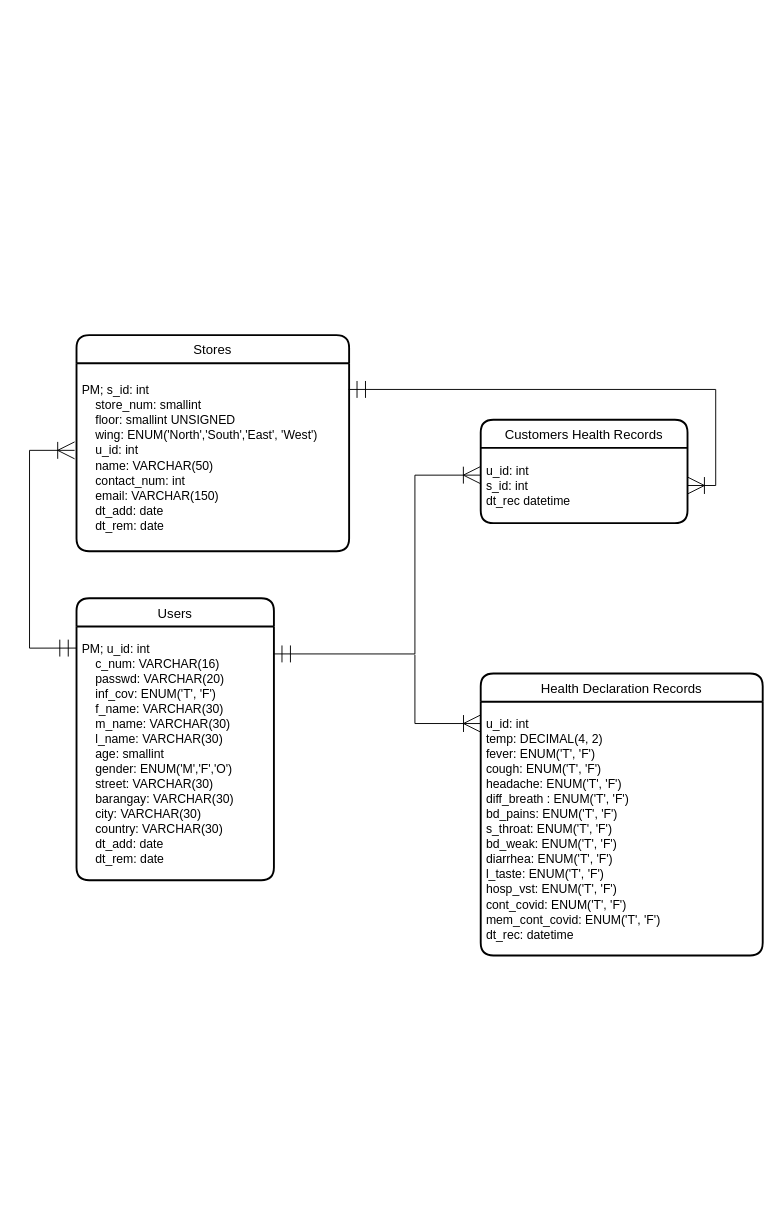
Earlier version of the draw.io diagram page "Database Design" (2 of 3) of diagrams/class and database diagrams.drawio (MarkJ-DC5/Mall-QCT-QR-Code-Contact-Tracinng-). Source tidied: cells renumbered, new cells numbered last; positions are measured from the earlier drawing's top-left corner, leaving out a move shared by most shapes. Both pictures are drawn from the tidied source at 94%, with x=0, y=0 at pixel (29, 335).
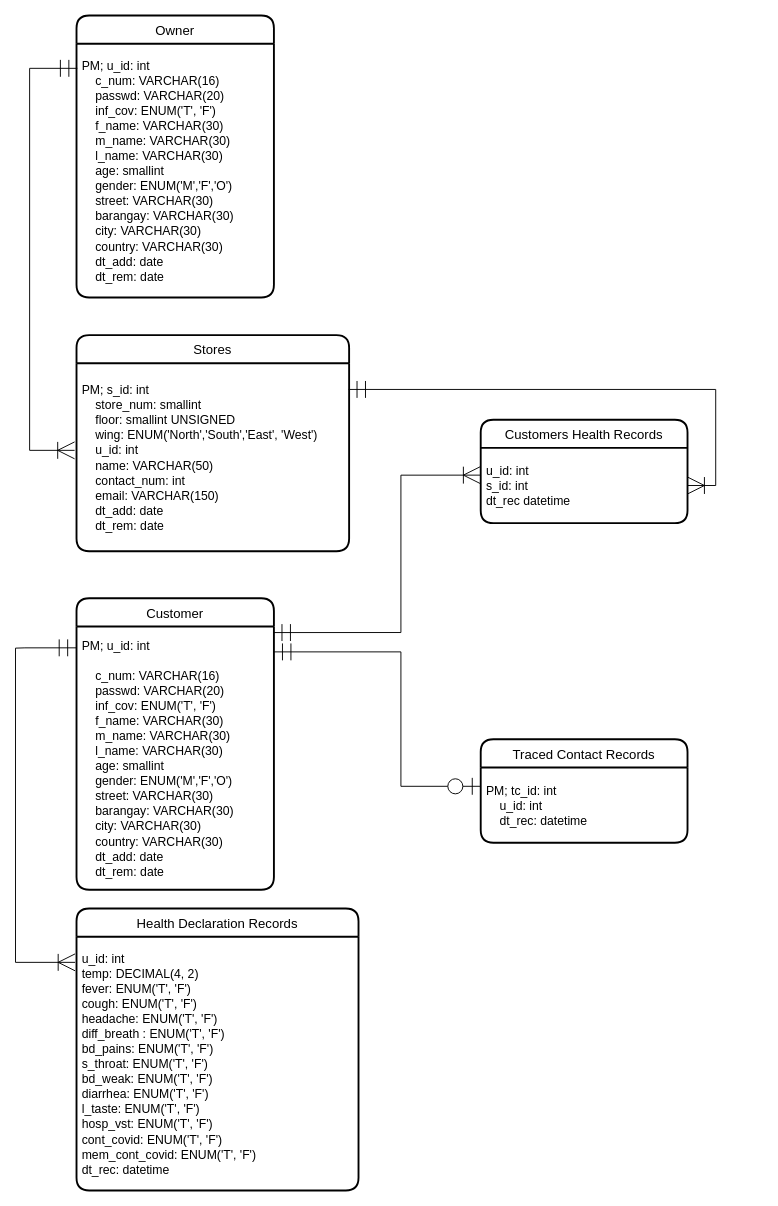
The same diagram, later.

Unchanged cells that the change refers to:
```xml
<mxCell id="9" value="PM; s_id: int&#10;    store_num: smallint&#10;    floor: smallint UNSIGNED&#10;    wing: ENUM('North','South','East', 'West')&#10;    u_id: int&#10;    name: VARCHAR(50)&#10;    contact_num: int&#10;    email: VARCHAR(150)&#10;    dt_add: date&#10;    dt_rem: date" style="align=left;strokeColor=none;fillColor=none;spacingLeft=4;fontSize=13;verticalAlign=middle;spacingTop=0;spacingRight=4;" parent="8" vertex="1">
  <mxGeometry y="30" width="290" height="200" as="geometry" />
</mxCell>
<mxCell id="11" value="u_id: int&#10;s_id: int&#10;dt_rec datetime" style="align=left;strokeColor=none;fillColor=none;spacingLeft=4;fontSize=13;verticalAlign=middle;spacingTop=0;spacingRight=4;" parent="10" vertex="1">
  <mxGeometry y="30" width="220" height="80" as="geometry" />
</mxCell>
<mxCell id="13" value="u_id: int&#10;temp: DECIMAL(4, 2)&#10;fever: ENUM('T', 'F')&#10;cough: ENUM('T', 'F')&#10;headache: ENUM('T', 'F')&#10;diff_breath : ENUM('T', 'F')&#10;bd_pains: ENUM('T', 'F')&#10;s_throat: ENUM('T', 'F')&#10;bd_weak: ENUM('T', 'F')&#10;diarrhea: ENUM('T', 'F')&#10;l_taste: ENUM('T', 'F')&#10;hosp_vst: ENUM('T', 'F')&#10;cont_covid: ENUM('T', 'F')&#10;mem_cont_covid: ENUM('T', 'F')&#10;dt_rec: datetime" style="align=left;strokeColor=none;fillColor=none;spacingLeft=4;fontSize=13;verticalAlign=middle;spacingTop=0;spacingRight=4;" parent="12" vertex="1">
  <mxGeometry y="30" width="300" height="270" as="geometry" />
</mxCell>
```

What changed in the source:
```diff
@@
-    <mxCell id="2" style="edgeStyle=orthogonalEdgeStyle;rounded=0;jettySize=auto;html=1;fontSize=13;exitX=0.998;exitY=0.108;exitDx=0;exitDy=0;exitPerimeter=0;endArrow=ERoneToMany;endFill=0;startSize=16;endSize=16;startArrow=ERmandOne;startFill=0;entryX=-0.002;entryY=0.362;entryDx=0;entryDy=0;entryPerimeter=0;" parent="1" edge="1" source="7" target="11">
+    <mxCell id="2" style="edgeStyle=orthogonalEdgeStyle;rounded=0;jettySize=auto;html=1;fontSize=13;exitX=0.998;exitY=0.023;exitDx=0;exitDy=0;exitPerimeter=0;endArrow=ERoneToMany;endFill=0;startSize=16;endSize=16;startArrow=ERmandOne;startFill=0;entryX=-0.002;entryY=0.362;entryDx=0;entryDy=0;entryPerimeter=0;" parent="1" edge="1" source="7" target="11">
       <mxGeometry relative="1" as="geometry">
         <Array as="points">
-          <mxPoint x="409.9" y="339" />
-          <mxPoint x="409.9" y="149" />
+          <mxPoint x="395" y="316" />
+          <mxPoint x="395" y="149" />
         </Array>
       </mxGeometry>
     </mxCell>
-    <mxCell id="3" style="edgeStyle=orthogonalEdgeStyle;rounded=0;jettySize=auto;html=1;fontSize=13;endArrow=ERoneToMany;endFill=0;startSize=16;endSize=16;startArrow=none;startFill=0;entryX=-0.001;entryY=0.086;entryDx=0;entryDy=0;entryPerimeter=0;" parent="1" edge="1" target="13">
-      <mxGeometry relative="1" as="geometry">
-        <mxPoint x="409.9" y="340" as="sourcePoint" />
-        <Array as="points">
-          <mxPoint x="409.9" y="413" />
-        </Array>
-      </mxGeometry>
-    </mxCell>
-    <mxCell id="4" style="edgeStyle=orthogonalEdgeStyle;rounded=0;jettySize=auto;html=1;fontSize=13;exitX=0.001;exitY=0.085;exitDx=0;exitDy=0;exitPerimeter=0;endArrow=ERoneToMany;endFill=0;startSize=16;endSize=16;startArrow=ERmandOne;startFill=0;entryX=-0.007;entryY=0.463;entryDx=0;entryDy=0;entryPerimeter=0;" parent="1" edge="1" source="7" target="9">
+    <mxCell id="4" style="edgeStyle=orthogonalEdgeStyle;rounded=0;jettySize=auto;html=1;fontSize=13;exitX=0.004;exitY=0.097;exitDx=0;exitDy=0;exitPerimeter=0;endArrow=ERoneToMany;endFill=0;startSize=16;endSize=16;startArrow=ERmandOne;startFill=0;entryX=-0.007;entryY=0.463;entryDx=0;entryDy=0;entryPerimeter=0;" parent="1" edge="1" source="17" target="9">
       <mxGeometry relative="1" as="geometry">
         <Array as="points">
-          <mxPoint x="-0.1" y="333" />
-          <mxPoint x="-0.1" y="123" />
+          <mxPoint y="-283" />
+          <mxPoint y="123" />
         </Array>
       </mxGeometry>
     </mxCell>
@@
-    <mxCell id="6" value="Users" style="swimlane;horizontal=1;startSize=30;rounded=1;fontSize=14;fontStyle=0;strokeWidth=2;shadow=0;dashed=0;align=center;" parent="1" vertex="1">
-      <mxGeometry x="49.9" y="280" width="210" height="300" as="geometry" />
+    <mxCell id="6" value="Customer" style="swimlane;horizontal=1;startSize=30;rounded=1;fontSize=14;fontStyle=0;strokeWidth=2;shadow=0;dashed=0;align=center;" parent="1" vertex="1">
+      <mxGeometry x="49.9" y="280" width="210" height="310" as="geometry" />
     </mxCell>
-    <mxCell id="7" value="PM; u_id: int &#10;    c_num: VARCHAR(16) &#10;    passwd: VARCHAR(20) &#10;    inf_cov: ENUM('T', 'F') &#10;    f_name: VARCHAR(30) &#10;    m_name: VARCHAR(30) &#10;    l_name: VARCHAR(30) &#10;    age: smallint &#10;    gender: ENUM('M','F','O') &#10;    street: VARCHAR(30) &#10;    barangay: VARCHAR(30) &#10;    city: VARCHAR(30) &#10;    country: VARCHAR(30) &#10;    dt_add: date &#10;    dt_rem: date " style="align=left;strokeColor=none;fillColor=none;spacingLeft=4;fontSize=13;verticalAlign=middle;spacingTop=0;spacingRight=4;" parent="6" vertex="1">
-      <mxGeometry y="30" width="210" height="270" as="geometry" />
+    <mxCell id="7" value="PM; u_id: int&#10; &#10;    c_num: VARCHAR(16) &#10;    passwd: VARCHAR(20) &#10;    inf_cov: ENUM('T', 'F') &#10;    f_name: VARCHAR(30) &#10;    m_name: VARCHAR(30) &#10;    l_name: VARCHAR(30) &#10;    age: smallint &#10;    gender: ENUM('M','F','O') &#10;    street: VARCHAR(30) &#10;    barangay: VARCHAR(30) &#10;    city: VARCHAR(30) &#10;    country: VARCHAR(30) &#10;    dt_add: date &#10;    dt_rem: date " style="align=left;strokeColor=none;fillColor=none;spacingLeft=4;fontSize=13;verticalAlign=middle;spacingTop=0;spacingRight=4;" parent="6" vertex="1">
+      <mxGeometry y="30" width="210" height="280" as="geometry" />
     </mxCell>
@@
+    <mxCell id="14" style="edgeStyle=orthogonalEdgeStyle;rounded=0;jettySize=auto;html=1;fontSize=13;endArrow=ERzeroToOne;endFill=1;startSize=16;endSize=16;startArrow=ERmandOne;startFill=0;entryX=0;entryY=0.25;entryDx=0;entryDy=0;" parent="1" edge="1" target="19">
+      <mxGeometry relative="1" as="geometry">
+        <mxPoint x="260" y="337" as="sourcePoint" />
+        <Array as="points">
+          <mxPoint x="395" y="337" />
+          <mxPoint x="395" y="480" />
+        </Array>
+      </mxGeometry>
+    </mxCell>
+    <mxCell id="15" style="edgeStyle=orthogonalEdgeStyle;rounded=0;jettySize=auto;html=1;fontSize=13;endArrow=ERoneToMany;endFill=0;startSize=16;endSize=16;startArrow=ERmandOne;startFill=0;entryX=-0.005;entryY=0.101;entryDx=0;entryDy=0;exitX=-0.002;exitY=0.081;exitDx=0;exitDy=0;exitPerimeter=0;entryPerimeter=0;" parent="1" edge="1" source="7" target="13">
+      <mxGeometry relative="1" as="geometry">
+        <Array as="points">
+          <mxPoint x="-5" y="333" />
+          <mxPoint x="-15" y="333" />
+          <mxPoint x="-15" y="667" />
+        </Array>
+      </mxGeometry>
+    </mxCell>
+    <mxCell id="16" value="Owner" style="swimlane;horizontal=1;startSize=30;rounded=1;fontSize=14;fontStyle=0;strokeWidth=2;shadow=0;dashed=0;align=center;" parent="1" vertex="1">
+      <mxGeometry x="49.9" y="-340" width="210" height="300" as="geometry" />
+    </mxCell>
+    <mxCell id="17" value="PM; u_id: int&#10;    c_num: VARCHAR(16) &#10;    passwd: VARCHAR(20) &#10;    inf_cov: ENUM('T', 'F') &#10;    f_name: VARCHAR(30) &#10;    m_name: VARCHAR(30) &#10;    l_name: VARCHAR(30) &#10;    age: smallint &#10;    gender: ENUM('M','F','O') &#10;    street: VARCHAR(30) &#10;    barangay: VARCHAR(30) &#10;    city: VARCHAR(30) &#10;    country: VARCHAR(30) &#10;    dt_add: date &#10;    dt_rem: date " style="align=left;strokeColor=none;fillColor=none;spacingLeft=4;fontSize=13;verticalAlign=middle;spacingTop=0;spacingRight=4;" parent="16" vertex="1">
+      <mxGeometry y="30" width="210" height="270" as="geometry" />
+    </mxCell>
     <mxCell id="12" value="Health Declaration Records" style="swimlane;horizontal=1;startSize=30;rounded=1;fontSize=14;fontStyle=0;strokeWidth=2;shadow=0;dashed=0;align=center;" parent="1" vertex="1">
-      <mxGeometry x="479.9" y="360" width="300" height="300" as="geometry" />
+      <mxGeometry x="49.9" y="610" width="300" height="300" as="geometry" />
     </mxCell>
@@
+    <mxCell id="18" value="Traced Contact Records" style="swimlane;horizontal=1;startSize=30;rounded=1;fontSize=14;fontStyle=0;strokeWidth=2;shadow=0;dashed=0;align=center;" parent="1" vertex="1">
+      <mxGeometry x="479.9" y="430" width="220" height="110" as="geometry" />
+    </mxCell>
+    <mxCell id="19" value="PM; tc_id: int&#10;    u_id: int&#10;    dt_rec: datetime" style="align=left;strokeColor=none;fillColor=none;spacingLeft=4;fontSize=13;verticalAlign=middle;spacingTop=0;spacingRight=4;" parent="18" vertex="1">
+      <mxGeometry y="30" width="220" height="80" as="geometry" />
+    </mxCell>
```
